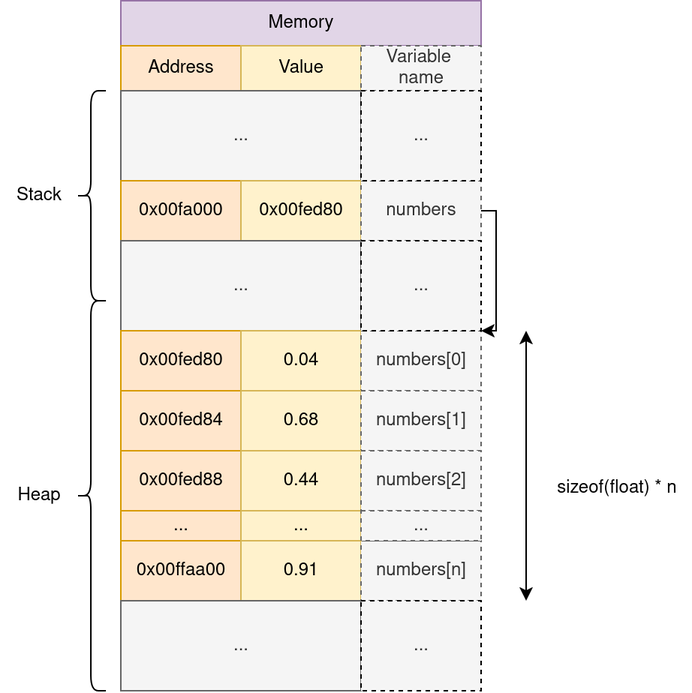
Before: docs/image/lecture2/malloc_in_memory.png, a diagram exported from draw.io (M1-CHPS/glhpc). Source tidied: cells renumbered, new cells last; positions are measured from the earlier drawing's top-left corner, leaving out a move shared by most shapes.
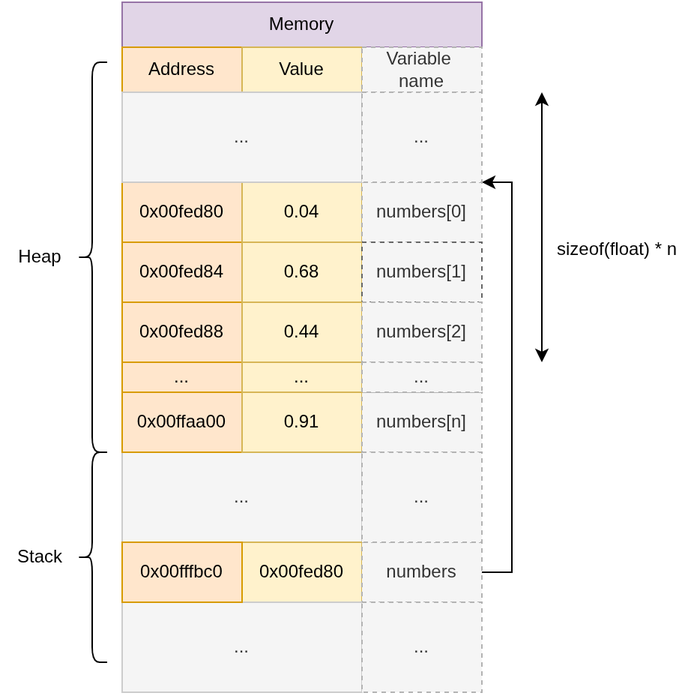
Above is the later version.

Diff of the diagram source:
```diff
@@ -11,109 +11,109 @@
     <mxCell id="4" value="Value" style="rounded=0;whiteSpace=wrap;html=1;fillColor=#fff2cc;strokeColor=#d6b656;" parent="1" vertex="1">
       <mxGeometry x="160" y="30" width="80" height="30" as="geometry" />
     </mxCell>
-    <mxCell id="5" value="&lt;div&gt;Variable&amp;nbsp;&lt;/div&gt;&lt;div&gt;name&lt;/div&gt;" style="rounded=0;whiteSpace=wrap;html=1;fillColor=#f5f5f5;fontColor=#333333;strokeColor=#666666;dashed=1;" parent="1" vertex="1">
+    <mxCell id="5" value="&lt;div&gt;Variable&amp;nbsp;&lt;/div&gt;&lt;div&gt;name&lt;/div&gt;" style="rounded=0;whiteSpace=wrap;html=1;fillColor=#f5f5f5;fontColor=#333333;strokeColor=#B3B3B3;dashed=1;" parent="1" vertex="1">
       <mxGeometry x="240" y="30" width="80" height="30" as="geometry" />
     </mxCell>
-    <mxCell id="6" value="..." style="rounded=0;whiteSpace=wrap;html=1;fillColor=#f5f5f5;fontColor=#333333;strokeColor=#666666;" parent="1" vertex="1">
-      <mxGeometry x="80" y="60" width="160" height="60" as="geometry" />
+    <mxCell id="6" value="..." style="rounded=0;whiteSpace=wrap;html=1;fillColor=#f5f5f5;fontColor=#333333;strokeColor=#CCCCCC;" parent="1" vertex="1">
+      <mxGeometry x="80" y="300" width="160" height="60" as="geometry" />
     </mxCell>
-    <mxCell id="7" value="0x00fa000" style="rounded=0;whiteSpace=wrap;html=1;fillColor=#ffe6cc;strokeColor=#d79b00;" parent="1" vertex="1">
-      <mxGeometry x="80" y="120" width="80" height="40" as="geometry" />
-    </mxCell>
     <mxCell id="8" value="0x00fed80" style="rounded=0;whiteSpace=wrap;html=1;fillColor=#fff2cc;strokeColor=#d6b656;" parent="1" vertex="1">
-      <mxGeometry x="160" y="120" width="80" height="40" as="geometry" />
+      <mxGeometry x="160" y="360" width="80" height="40" as="geometry" />
     </mxCell>
     <mxCell id="9" style="edgeStyle=orthogonalEdgeStyle;rounded=0;jettySize=auto;html=1;exitX=1;exitY=0.5;exitDx=0;exitDy=0;entryX=1;entryY=0;entryDx=0;entryDy=0;" parent="1" edge="1" source="10" target="14">
       <mxGeometry relative="1" as="geometry">
         <Array as="points">
-          <mxPoint x="330" y="140" />
-          <mxPoint x="330" y="220" />
+          <mxPoint x="340" y="380" />
+          <mxPoint x="340" y="120" />
         </Array>
       </mxGeometry>
     </mxCell>
-    <mxCell id="10" value="numbers" style="rounded=0;whiteSpace=wrap;html=1;fillColor=#f5f5f5;fontColor=#333333;strokeColor=#666666;dashed=1;" parent="1" vertex="1">
-      <mxGeometry x="240" y="120" width="80" height="40" as="geometry" />
+    <mxCell id="10" value="numbers" style="rounded=0;whiteSpace=wrap;html=1;fillColor=#f5f5f5;fontColor=#333333;strokeColor=#B3B3B3;dashed=1;" parent="1" vertex="1">
+      <mxGeometry x="240" y="360" width="80" height="40" as="geometry" />
     </mxCell>
-    <mxCell id="11" value="..." style="rounded=0;whiteSpace=wrap;html=1;fillColor=#f5f5f5;fontColor=#333333;strokeColor=#666666;" parent="1" vertex="1">
-      <mxGeometry x="80" y="160" width="160" height="60" as="geometry" />
+    <mxCell id="11" value="..." style="rounded=0;whiteSpace=wrap;html=1;fillColor=#f5f5f5;fontColor=#333333;strokeColor=#CCCCCC;" parent="1" vertex="1">
+      <mxGeometry x="80" y="400" width="160" height="60" as="geometry" />
     </mxCell>
     <mxCell id="12" value="0x00fed80" style="rounded=0;whiteSpace=wrap;html=1;fillColor=#ffe6cc;strokeColor=#d79b00;" parent="1" vertex="1">
-      <mxGeometry x="80" y="220" width="80" height="40" as="geometry" />
+      <mxGeometry x="80" y="120" width="80" height="40" as="geometry" />
     </mxCell>
     <mxCell id="13" value="0.04" style="rounded=0;whiteSpace=wrap;html=1;fillColor=#fff2cc;strokeColor=#d6b656;" parent="1" vertex="1">
-      <mxGeometry x="160" y="220" width="80" height="40" as="geometry" />
+      <mxGeometry x="160" y="120" width="80" height="40" as="geometry" />
     </mxCell>
-    <mxCell id="14" value="numbers[0]" style="rounded=0;whiteSpace=wrap;html=1;fillColor=#f5f5f5;fontColor=#333333;strokeColor=#666666;dashed=1;" parent="1" vertex="1">
-      <mxGeometry x="240" y="220" width="80" height="40" as="geometry" />
+    <mxCell id="14" value="numbers[0]" style="rounded=0;whiteSpace=wrap;html=1;fillColor=#f5f5f5;fontColor=#333333;strokeColor=#B3B3B3;dashed=1;" parent="1" vertex="1">
+      <mxGeometry x="240" y="120" width="80" height="40" as="geometry" />
     </mxCell>
     <mxCell id="15" value="0x00fed84" style="rounded=0;whiteSpace=wrap;html=1;fillColor=#ffe6cc;strokeColor=#d79b00;" parent="1" vertex="1">
-      <mxGeometry x="80" y="260" width="80" height="40" as="geometry" />
+      <mxGeometry x="80" y="160" width="80" height="40" as="geometry" />
     </mxCell>
     <mxCell id="16" value="0.68" style="rounded=0;whiteSpace=wrap;html=1;fillColor=#fff2cc;strokeColor=#d6b656;" parent="1" vertex="1">
-      <mxGeometry x="160" y="260" width="80" height="40" as="geometry" />
+      <mxGeometry x="160" y="160" width="80" height="40" as="geometry" />
     </mxCell>
     <mxCell id="17" value="numbers[1]" style="rounded=0;whiteSpace=wrap;html=1;fillColor=#f5f5f5;fontColor=#333333;strokeColor=#666666;dashed=1;" parent="1" vertex="1">
-      <mxGeometry x="240" y="260" width="80" height="40" as="geometry" />
+      <mxGeometry x="240" y="160" width="80" height="40" as="geometry" />
     </mxCell>
     <mxCell id="18" value="&lt;div&gt;0x00fed88&lt;/div&gt;" style="rounded=0;whiteSpace=wrap;html=1;fillColor=#ffe6cc;strokeColor=#d79b00;" parent="1" vertex="1">
-      <mxGeometry x="80" y="300" width="80" height="40" as="geometry" />
+      <mxGeometry x="80" y="200" width="80" height="40" as="geometry" />
     </mxCell>
     <mxCell id="19" value="0.44" style="rounded=0;whiteSpace=wrap;html=1;fillColor=#fff2cc;strokeColor=#d6b656;" parent="1" vertex="1">
-      <mxGeometry x="160" y="300" width="80" height="40" as="geometry" />
+      <mxGeometry x="160" y="200" width="80" height="40" as="geometry" />
     </mxCell>
-    <mxCell id="20" value="numbers[2]" style="rounded=0;whiteSpace=wrap;html=1;fillColor=#f5f5f5;fontColor=#333333;strokeColor=#666666;dashed=1;" parent="1" vertex="1">
-      <mxGeometry x="240" y="300" width="80" height="40" as="geometry" />
+    <mxCell id="20" value="numbers[2]" style="rounded=0;whiteSpace=wrap;html=1;fillColor=#f5f5f5;fontColor=#333333;strokeColor=#B3B3B3;dashed=1;" parent="1" vertex="1">
+      <mxGeometry x="240" y="200" width="80" height="40" as="geometry" />
     </mxCell>
     <mxCell id="21" value="..." style="rounded=0;whiteSpace=wrap;html=1;fillColor=#ffe6cc;strokeColor=#d79b00;" parent="1" vertex="1">
-      <mxGeometry x="80" y="340" width="80" height="20" as="geometry" />
+      <mxGeometry x="80" y="240" width="80" height="20" as="geometry" />
     </mxCell>
     <mxCell id="22" value="0x00ffaa00" style="rounded=0;whiteSpace=wrap;html=1;fillColor=#ffe6cc;strokeColor=#d79b00;" parent="1" vertex="1">
-      <mxGeometry x="80" y="360" width="80" height="40" as="geometry" />
+      <mxGeometry x="80" y="260" width="80" height="40" as="geometry" />
     </mxCell>
     <mxCell id="23" value="0.91" style="rounded=0;whiteSpace=wrap;html=1;fillColor=#fff2cc;strokeColor=#d6b656;" parent="1" vertex="1">
-      <mxGeometry x="160" y="360" width="80" height="40" as="geometry" />
+      <mxGeometry x="160" y="260" width="80" height="40" as="geometry" />
     </mxCell>
-    <mxCell id="24" value="numbers[n]" style="rounded=0;whiteSpace=wrap;html=1;fillColor=#f5f5f5;fontColor=#333333;strokeColor=#666666;dashed=1;" parent="1" vertex="1">
-      <mxGeometry x="240" y="360" width="80" height="40" as="geometry" />
+    <mxCell id="24" value="numbers[n]" style="rounded=0;whiteSpace=wrap;html=1;fillColor=#f5f5f5;fontColor=#333333;strokeColor=#B3B3B3;dashed=1;" parent="1" vertex="1">
+      <mxGeometry x="240" y="260" width="80" height="40" as="geometry" />
     </mxCell>
     <mxCell id="25" value="..." style="rounded=0;whiteSpace=wrap;html=1;fillColor=#fff2cc;strokeColor=#d6b656;" parent="1" vertex="1">
-      <mxGeometry x="160" y="340" width="80" height="20" as="geometry" />
+      <mxGeometry x="160" y="240" width="80" height="20" as="geometry" />
     </mxCell>
-    <mxCell id="26" value="..." style="rounded=0;whiteSpace=wrap;html=1;fillColor=#f5f5f5;fontColor=#333333;strokeColor=#666666;dashed=1;" parent="1" vertex="1">
-      <mxGeometry x="240" y="340" width="80" height="20" as="geometry" />
+    <mxCell id="26" value="..." style="rounded=0;whiteSpace=wrap;html=1;fillColor=#f5f5f5;fontColor=#333333;strokeColor=#B3B3B3;dashed=1;" parent="1" vertex="1">
+      <mxGeometry x="240" y="240" width="80" height="20" as="geometry" />
     </mxCell>
     <mxCell id="27" style="endArrow=classic;startArrow=classic;html=1;rounded=0;" parent="1" edge="1">
       <mxGeometry relative="1" as="geometry">
-        <mxPoint x="350" y="400" as="sourcePoint" />
-        <mxPoint x="350" y="220" as="targetPoint" />
+        <mxPoint x="360" y="240" as="sourcePoint" />
+        <mxPoint x="360" y="60" as="targetPoint" />
       </mxGeometry>
     </mxCell>
     <mxCell id="28" value="sizeof(float) * n" style="text;html=1;align=center;verticalAlign=middle;strokeColor=none;fillColor=none;" parent="1" vertex="1">
-      <mxGeometry x="360" y="310" width="100" height="30" as="geometry" />
+      <mxGeometry x="360" y="150" width="100" height="30" as="geometry" />
     </mxCell>
     <mxCell id="29" style="shape=curlyBracket;whiteSpace=wrap;html=1;rounded=1;labelPosition=left;verticalLabelPosition=middle;align=right;verticalAlign=middle;" parent="1" vertex="1">
-      <mxGeometry x="50" y="60" width="20" height="140" as="geometry" />
+      <mxGeometry x="50" y="300" width="20" height="140" as="geometry" />
     </mxCell>
     <mxCell id="30" value="&lt;div&gt;Stack&lt;/div&gt;" style="text;html=1;align=center;verticalAlign=middle;strokeColor=none;fillColor=none;" parent="1" vertex="1">
-      <mxGeometry y="115" width="50" height="30" as="geometry" />
+      <mxGeometry y="355" width="50" height="30" as="geometry" />
     </mxCell>
     <mxCell id="31" style="shape=curlyBracket;whiteSpace=wrap;html=1;rounded=1;labelPosition=left;verticalLabelPosition=middle;align=right;verticalAlign=middle;" parent="1" vertex="1">
-      <mxGeometry x="50" y="200" width="20" height="260" as="geometry" />
+      <mxGeometry x="50" y="40" width="20" height="260" as="geometry" />
     </mxCell>
-    <mxCell id="32" value="..." style="rounded=0;whiteSpace=wrap;html=1;fillColor=#f5f5f5;fontColor=#333333;strokeColor=#666666;" parent="1" vertex="1">
-      <mxGeometry x="80" y="400" width="160" height="60" as="geometry" />
+    <mxCell id="32" value="..." style="rounded=0;whiteSpace=wrap;html=1;fillColor=#f5f5f5;fontColor=#333333;strokeColor=#CCCCCC;" parent="1" vertex="1">
+      <mxGeometry x="80" y="60" width="160" height="60" as="geometry" />
     </mxCell>
     <mxCell id="33" value="Heap" style="text;html=1;align=center;verticalAlign=middle;strokeColor=none;fillColor=none;" parent="1" vertex="1">
-      <mxGeometry y="315" width="50" height="30" as="geometry" />
+      <mxGeometry y="155" width="50" height="30" as="geometry" />
     </mxCell>
-    <mxCell id="34" value="..." style="rounded=0;whiteSpace=wrap;html=1;fillColor=#f5f5f5;fontColor=#333333;strokeColor=default;dashed=1;" parent="1" vertex="1">
-      <mxGeometry x="240" y="60" width="80" height="60" as="geometry" />
+    <mxCell id="34" value="..." style="rounded=0;whiteSpace=wrap;html=1;fillColor=#f5f5f5;fontColor=#333333;strokeColor=#B3B3B3;dashed=1;" parent="1" vertex="1">
+      <mxGeometry x="240" y="300" width="80" height="60" as="geometry" />
     </mxCell>
-    <mxCell id="35" value="..." style="rounded=0;whiteSpace=wrap;html=1;fillColor=#f5f5f5;fontColor=#333333;strokeColor=default;dashed=1;" parent="1" vertex="1">
-      <mxGeometry x="240" y="160" width="80" height="60" as="geometry" />
+    <mxCell id="35" value="..." style="rounded=0;whiteSpace=wrap;html=1;fillColor=#f5f5f5;fontColor=#333333;strokeColor=#B3B3B3;dashed=1;" parent="1" vertex="1">
+      <mxGeometry x="240" y="400" width="80" height="60" as="geometry" />
     </mxCell>
-    <mxCell id="36" value="..." style="rounded=0;whiteSpace=wrap;html=1;fillColor=#f5f5f5;fontColor=#333333;strokeColor=default;dashed=1;" parent="1" vertex="1">
-      <mxGeometry x="240" y="400" width="80" height="60" as="geometry" />
+    <mxCell id="36" value="..." style="rounded=0;whiteSpace=wrap;html=1;fillColor=#f5f5f5;fontColor=#333333;strokeColor=#B3B3B3;dashed=1;" parent="1" vertex="1">
+      <mxGeometry x="240" y="60" width="80" height="60" as="geometry" />
     </mxCell>
+    <mxCell id="37" value="0x00fffbc0" style="rounded=0;whiteSpace=wrap;html=1;fillColor=#ffe6cc;strokeColor=#d79b00;" parent="1" vertex="1">
+      <mxGeometry x="80" y="360" width="80" height="40" as="geometry" />
+    </mxCell>
   </root>
 </mxGraphModel>
```
